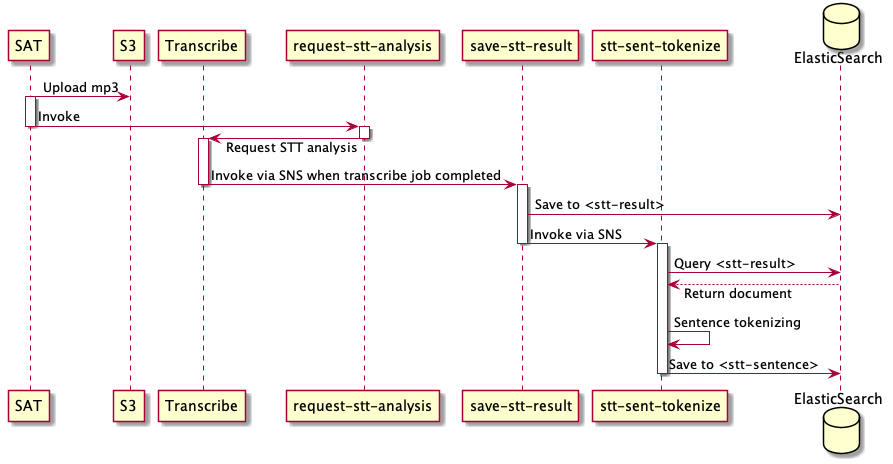
The PlantUML diagram doc/stt_process.png in ipf-dev/sat-anti-luddite, before a commit.
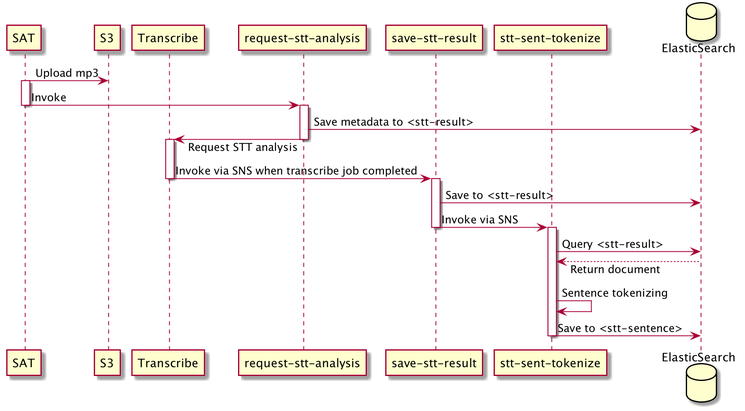
The same diagram one commit later.

Diff of the diagram source:
```diff
@@ -16,6 +16,7 @@
 deactivate SAT
 
 activate "request-stt-analysis"
+"request-stt-analysis" -> ElasticSearch: Save metadata to <stt-result>
 "request-stt-analysis" -> Transcribe: Request STT analysis
 deactivate "request-stt-analysis"
 
```
